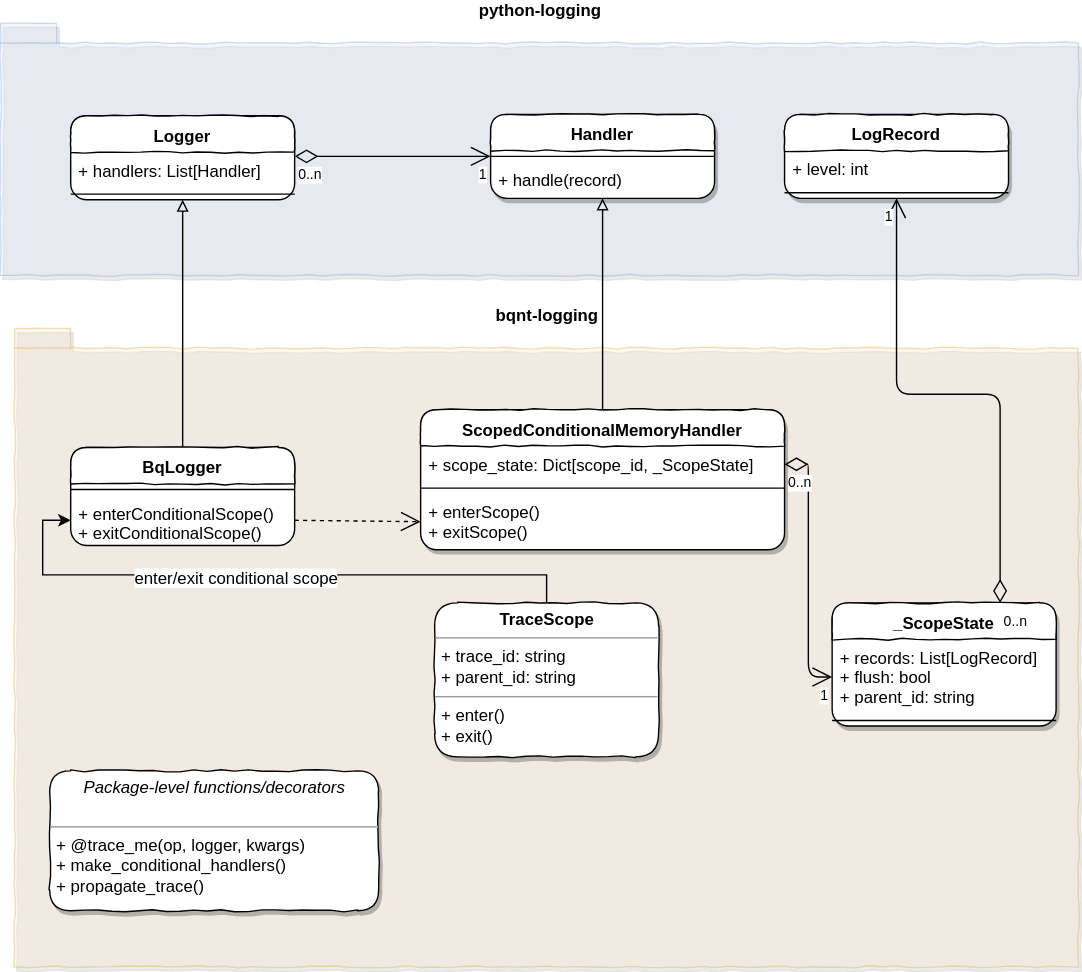
The draw.io diagram logging_classes.svg in shevelevs/misc, before a commit. Source tidied: cells renumbered, new cells last; positions are measured from the earlier drawing's top-left corner, leaving out a move shared by most shapes. Its diagram source:
```xml
<mxGraphModel background="#ffffff">
  <root>
    <mxCell id="0" />
    <mxCell id="1" parent="0" />
    <mxCell id="2" value="bqnt-logging" style="shape=folder;fontStyle=1;spacingTop=10;tabWidth=40;tabHeight=14;tabPosition=left;html=1;opacity=30;perimeterSpacing=1;shadow=1;comic=1;fillColor=#ffe6cc;strokeColor=#d79b00;labelPosition=center;verticalLabelPosition=top;align=center;verticalAlign=bottom;" parent="1" vertex="1">
      <mxGeometry x="10" y="218" width="760" height="456" as="geometry" />
    </mxCell>
    <mxCell id="3" value="python-logging" style="shape=folder;fontStyle=1;spacingTop=10;tabWidth=40;tabHeight=14;tabPosition=left;html=1;opacity=30;perimeterSpacing=1;shadow=1;comic=1;fillColor=#dae8fc;strokeColor=#6c8ebf;labelPosition=center;verticalLabelPosition=top;align=center;verticalAlign=bottom;" parent="1" vertex="1">
      <mxGeometry width="770" height="180" as="geometry" />
    </mxCell>
    <mxCell id="4" style="edgeStyle=orthogonalEdgeStyle;rounded=0;html=1;exitX=0.5;exitY=0;entryX=0.5;entryY=1;jettySize=auto;endArrow=block;endFill=0;" parent="1" edge="1" source="5" target="8">
      <mxGeometry relative="1" as="geometry" />
    </mxCell>
    <mxCell id="5" value="BqLogger" style="swimlane;fontStyle=1;align=center;verticalAlign=top;horizontal=1;startSize=26;swimlaneFillColor=#ffffff;comic=1;rounded=1;" parent="1" vertex="1">
      <mxGeometry x="50" y="303" width="160" height="70" as="geometry" />
    </mxCell>
    <mxCell id="6" style="line;strokeWidth=1;fillColor=none;align=left;verticalAlign=middle;spacingTop=-1;spacingLeft=3;spacingRight=3;labelPosition=right;" parent="5" vertex="1">
      <mxGeometry y="26" width="160" height="8" as="geometry" />
    </mxCell>
    <mxCell id="7" value="+ enterConditionalScope()&#10;+ exitConditionalScope()" style="text;strokeColor=none;fillColor=none;align=left;verticalAlign=top;spacingLeft=4;spacingRight=4;overflow=hidden;points=[[0,0.5],[1,0.5]];portConstraint=eastwest;" parent="5" vertex="1">
      <mxGeometry y="34" width="160" height="36" as="geometry" />
    </mxCell>
    <mxCell id="8" value="Logger" style="swimlane;fontStyle=1;align=center;verticalAlign=top;horizontal=1;startSize=26;swimlaneFillColor=#ffffff;comic=1;rounded=1;" parent="1" vertex="1">
      <mxGeometry x="50" y="66" width="160" height="60" as="geometry" />
    </mxCell>
    <mxCell id="9" value="+ handlers: List[Handler]" style="text;strokeColor=none;fillColor=none;align=left;verticalAlign=top;spacingLeft=4;spacingRight=4;overflow=hidden;points=[[0,0.5],[1,0.5]];portConstraint=eastwest;" parent="8" vertex="1">
      <mxGeometry y="26" width="160" height="26" as="geometry" />
    </mxCell>
    <mxCell id="10" style="line;strokeWidth=1;fillColor=none;align=left;verticalAlign=middle;spacingTop=-1;spacingLeft=3;spacingRight=3;labelPosition=right;" parent="8" vertex="1">
      <mxGeometry y="52" width="160" height="8" as="geometry" />
    </mxCell>
    <mxCell id="11" style="edgeStyle=orthogonalEdgeStyle;rounded=0;comic=0;html=1;exitX=0.5;exitY=0;endArrow=block;endFill=0;jettySize=auto;" parent="1" edge="1" source="12" target="16">
      <mxGeometry relative="1" as="geometry" />
    </mxCell>
    <mxCell id="12" value="ScopedConditionalMemoryHandler" style="swimlane;fontStyle=1;align=center;verticalAlign=top;horizontal=1;startSize=26;swimlaneFillColor=#ffffff;shadow=1;comic=1;swimlaneLine=1;glass=0;rounded=1;" parent="1" vertex="1">
      <mxGeometry x="300" y="276" width="260" height="100" as="geometry" />
    </mxCell>
    <mxCell id="13" value="+ scope_state: Dict[scope_id, _ScopeState]" style="text;strokeColor=none;fillColor=none;align=left;verticalAlign=top;spacingLeft=4;spacingRight=4;overflow=hidden;points=[[0,0.5],[1,0.5]];portConstraint=eastwest;" parent="12" vertex="1">
      <mxGeometry y="26" width="260" height="26" as="geometry" />
    </mxCell>
    <mxCell id="14" style="line;strokeWidth=1;fillColor=none;align=left;verticalAlign=middle;spacingTop=-1;spacingLeft=3;spacingRight=3;labelPosition=right;" parent="12" vertex="1">
      <mxGeometry y="52" width="260" height="8" as="geometry" />
    </mxCell>
    <mxCell id="15" value="+ enterScope()&#10;+ exitScope()" style="text;strokeColor=none;fillColor=none;align=left;verticalAlign=top;spacingLeft=4;spacingRight=4;overflow=hidden;points=[[0,0.5],[1,0.5]];portConstraint=eastwest;" parent="12" vertex="1">
      <mxGeometry y="60" width="260" height="40" as="geometry" />
    </mxCell>
    <mxCell id="16" value="Handler" style="swimlane;fontStyle=1;align=center;verticalAlign=top;horizontal=1;startSize=26;swimlaneFillColor=#ffffff;shadow=1;comic=1;rounded=1;" parent="1" vertex="1">
      <mxGeometry x="350" y="65" width="160" height="60" as="geometry" />
    </mxCell>
    <mxCell id="17" style="line;strokeWidth=1;fillColor=none;align=left;verticalAlign=middle;spacingTop=-1;spacingLeft=3;spacingRight=3;labelPosition=right;" parent="16" vertex="1">
      <mxGeometry y="26" width="160" height="8" as="geometry" />
    </mxCell>
    <mxCell id="18" value="+ handle(record)" style="text;strokeColor=none;fillColor=none;align=left;verticalAlign=top;spacingLeft=4;spacingRight=4;overflow=hidden;" parent="16" vertex="1">
      <mxGeometry y="34" width="160" height="26" as="geometry" />
    </mxCell>
    <mxCell id="19" style="endArrow=open;html=1;endSize=12;startArrow=diamondThin;startSize=14;startFill=0;edgeStyle=orthogonalEdgeStyle;entryX=0;entryY=0.5;comic=0;exitX=1;exitY=0.115;exitPerimeter=0;" parent="1" edge="1" source="9" target="16">
      <mxGeometry relative="1" as="geometry" />
    </mxCell>
    <mxCell id="20" value="0..n" style="html=1;align=left;verticalAlign=top;labelBackgroundColor=#ffffff;fontSize=10;" parent="19" vertex="1">
      <mxGeometry x="-1" relative="1" as="geometry" />
    </mxCell>
    <mxCell id="21" value="1" style="html=1;align=right;verticalAlign=top;labelBackgroundColor=#ffffff;fontSize=10;" parent="19" vertex="1">
      <mxGeometry x="1" relative="1" as="geometry" />
    </mxCell>
    <mxCell id="22" style="endArrow=open;endSize=12;dashed=1;html=1;entryX=0;entryY=0.5;exitX=1;exitY=0.5;" parent="1" edge="1" source="7" target="15">
      <mxGeometry relative="1" as="geometry" />
    </mxCell>
    <mxCell id="23" value="_ScopeState" style="swimlane;fontStyle=1;align=center;verticalAlign=top;horizontal=1;startSize=26;swimlaneFillColor=#ffffff;rounded=1;shadow=1;glass=0;comic=1;" parent="1" vertex="1">
      <mxGeometry x="594" y="414" width="160" height="88" as="geometry" />
    </mxCell>
    <mxCell id="24" value="+ records: List[LogRecord]&#10;+ flush: bool&#10;+ parent_id: string" style="text;strokeColor=none;fillColor=none;align=left;verticalAlign=top;spacingLeft=4;spacingRight=4;overflow=hidden;points=[[0,0.5],[1,0.5]];portConstraint=eastwest;" parent="23" vertex="1">
      <mxGeometry y="26" width="160" height="54" as="geometry" />
    </mxCell>
    <mxCell id="25" style="line;strokeWidth=1;fillColor=none;align=left;verticalAlign=middle;spacingTop=-1;spacingLeft=3;spacingRight=3;labelPosition=right;" parent="23" vertex="1">
      <mxGeometry y="80" width="160" height="8" as="geometry" />
    </mxCell>
    <mxCell id="26" style="endArrow=open;html=1;endSize=12;startArrow=diamondThin;startSize=14;startFill=0;edgeStyle=orthogonalEdgeStyle;entryX=0;entryY=0.5;comic=0;exitX=1;exitY=0.5;" parent="1" edge="1" source="13" target="24">
      <mxGeometry relative="1" as="geometry" />
    </mxCell>
    <mxCell id="27" value="0..n" style="html=1;align=left;verticalAlign=top;labelBackgroundColor=#ffffff;fontSize=10;" parent="26" vertex="1">
      <mxGeometry x="-1" relative="1" as="geometry" />
    </mxCell>
    <mxCell id="28" value="1" style="html=1;align=right;verticalAlign=top;labelBackgroundColor=#ffffff;fontSize=10;" parent="26" vertex="1">
      <mxGeometry x="1" relative="1" as="geometry" />
    </mxCell>
    <mxCell id="29" style="edgeStyle=orthogonalEdgeStyle;rounded=0;comic=0;html=1;exitX=0.5;exitY=0;entryX=0;entryY=0.5;endArrow=classic;endFill=1;jettySize=auto;" parent="1" edge="1" source="31" target="7">
      <mxGeometry relative="1" as="geometry" />
    </mxCell>
    <mxCell id="30" value="enter/exit conditional scope" style="text;html=1;align=center;verticalAlign=middle;labelBackgroundColor=#ffffff;" parent="29" vertex="1">
      <mxGeometry x="0.1" y="1" relative="1" as="geometry" />
    </mxCell>
    <mxCell id="31" value="&lt;p style=&quot;margin: 0px ; margin-top: 4px ; text-align: center&quot;&gt;&lt;b&gt;TraceScope&lt;/b&gt;&lt;/p&gt;&lt;hr size=&quot;1&quot;&gt;&lt;p style=&quot;margin: 0px ; margin-left: 4px&quot;&gt;+ trace_id: string&lt;br&gt;+ parent_id: string&lt;/p&gt;&lt;hr size=&quot;1&quot;&gt;&lt;p style=&quot;margin: 0px ; margin-left: 4px&quot;&gt;+ enter()&lt;br&gt;+ exit()&lt;/p&gt;" style="verticalAlign=top;align=left;overflow=fill;fontSize=12;fontFamily=Helvetica;html=1;rounded=1;shadow=1;glass=0;comic=1;" parent="1" vertex="1">
      <mxGeometry x="310" y="414" width="160" height="110" as="geometry" />
    </mxCell>
    <mxCell id="32" value="LogRecord" style="swimlane;fontStyle=1;align=center;verticalAlign=top;horizontal=1;startSize=26;swimlaneFillColor=#ffffff;rounded=1;shadow=1;glass=0;comic=1;" parent="1" vertex="1">
      <mxGeometry x="560" y="65" width="160" height="60" as="geometry" />
    </mxCell>
    <mxCell id="33" value="+ level: int" style="text;strokeColor=none;fillColor=none;align=left;verticalAlign=top;spacingLeft=4;spacingRight=4;overflow=hidden;" parent="32" vertex="1">
      <mxGeometry y="26" width="160" height="26" as="geometry" />
    </mxCell>
    <mxCell id="34" style="line;strokeWidth=1;fillColor=none;align=left;verticalAlign=middle;spacingTop=-1;spacingLeft=3;spacingRight=3;labelPosition=right;" parent="32" vertex="1">
      <mxGeometry y="52" width="160" height="8" as="geometry" />
    </mxCell>
    <mxCell id="35" style="endArrow=open;html=1;endSize=12;startArrow=diamondThin;startSize=14;startFill=0;edgeStyle=orthogonalEdgeStyle;entryX=0.5;entryY=1;comic=0;exitX=0.75;exitY=0;" parent="1" edge="1" source="23" target="32">
      <mxGeometry relative="1" as="geometry">
        <Array as="points">
          <mxPoint x="714" y="265" />
          <mxPoint x="640" y="265" />
        </Array>
      </mxGeometry>
    </mxCell>
    <mxCell id="36" value="0..n" style="html=1;align=left;verticalAlign=top;labelBackgroundColor=#ffffff;fontSize=10;" parent="35" vertex="1">
      <mxGeometry x="-1" relative="1" as="geometry" />
    </mxCell>
    <mxCell id="37" value="1" style="html=1;align=right;verticalAlign=top;labelBackgroundColor=#ffffff;fontSize=10;" parent="35" vertex="1">
      <mxGeometry x="1" relative="1" as="geometry" />
    </mxCell>
    <mxCell id="38" value="&lt;p style=&quot;margin: 0px ; margin-top: 4px ; text-align: center&quot;&gt;&lt;i&gt;Package-level functions/decorators&lt;/i&gt;&lt;/p&gt;&lt;br&gt;&lt;hr size=&quot;1&quot;&gt;&lt;p style=&quot;margin: 0px ; margin-left: 4px&quot;&gt;+ @trace_me(op, logger, kwargs)&lt;/p&gt;&lt;p style=&quot;margin: 0px ; margin-left: 4px&quot;&gt;+ make_conditional_handlers()&lt;br&gt;+ propagate_trace()&lt;/p&gt;" style="verticalAlign=top;align=left;overflow=fill;fontSize=12;fontFamily=Helvetica;html=1;rounded=1;shadow=1;glass=0;comic=1;" parent="1" vertex="1">
      <mxGeometry x="35" y="534" width="235" height="100" as="geometry" />
    </mxCell>
  </root>
</mxGraphModel>
```
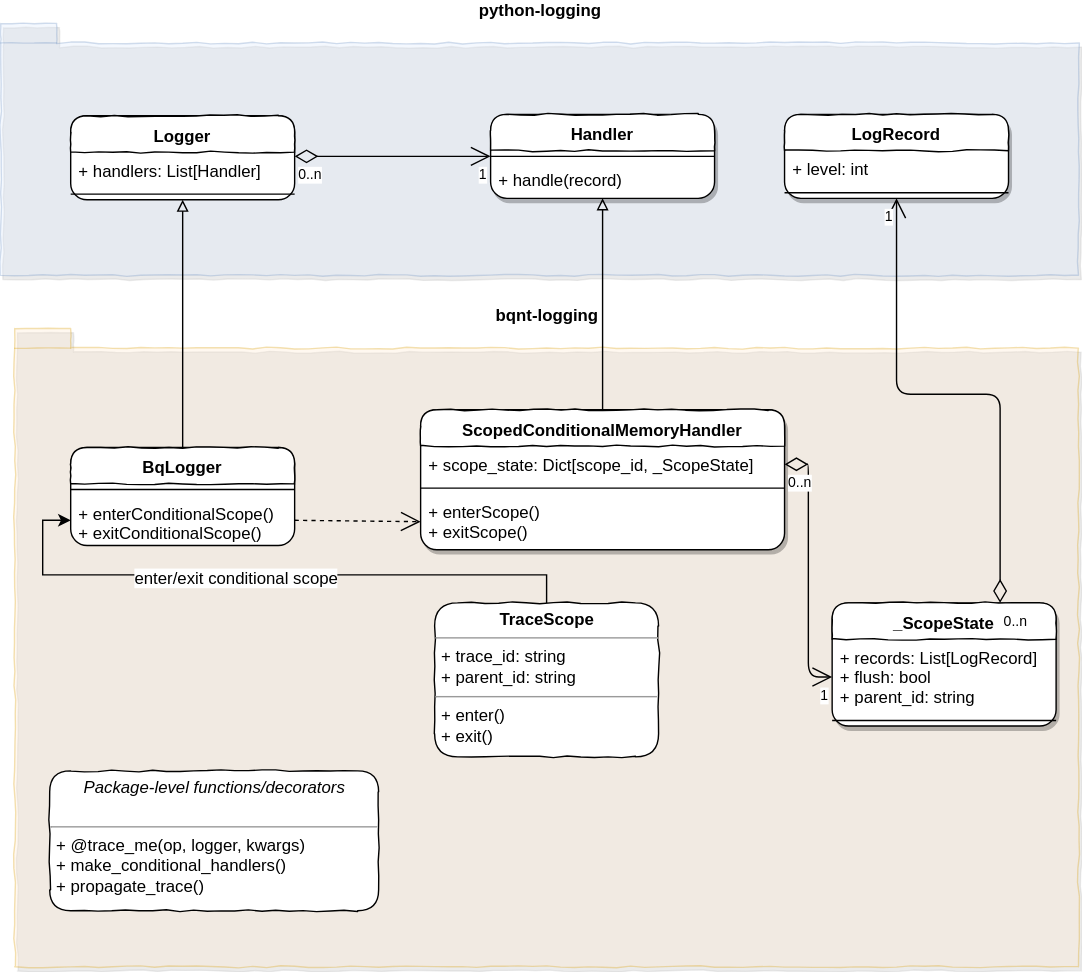
The same diagram one commit later.

What changed in the source:
```diff
@@ -89,7 +89,7 @@
     <mxCell id="30" value="enter/exit conditional scope" style="text;html=1;align=center;verticalAlign=middle;labelBackgroundColor=#ffffff;" parent="29" vertex="1">
       <mxGeometry x="0.1" y="1" relative="1" as="geometry" />
     </mxCell>
-    <mxCell id="31" value="&lt;p style=&quot;margin: 0px ; margin-top: 4px ; text-align: center&quot;&gt;&lt;b&gt;TraceScope&lt;/b&gt;&lt;/p&gt;&lt;hr size=&quot;1&quot;&gt;&lt;p style=&quot;margin: 0px ; margin-left: 4px&quot;&gt;+ trace_id: string&lt;br&gt;+ parent_id: string&lt;/p&gt;&lt;hr size=&quot;1&quot;&gt;&lt;p style=&quot;margin: 0px ; margin-left: 4px&quot;&gt;+ enter()&lt;br&gt;+ exit()&lt;/p&gt;" style="verticalAlign=top;align=left;overflow=fill;fontSize=12;fontFamily=Helvetica;html=1;rounded=1;shadow=1;glass=0;comic=1;" parent="1" vertex="1">
+    <mxCell id="31" value="&lt;p style=&quot;margin: 0px ; margin-top: 4px ; text-align: center&quot;&gt;&lt;b&gt;TraceScope&lt;/b&gt;&lt;/p&gt;&lt;hr size=&quot;1&quot;&gt;&lt;p style=&quot;margin: 0px ; margin-left: 4px&quot;&gt;+ trace_id: string&lt;br&gt;+ parent_id: string&lt;/p&gt;&lt;hr size=&quot;1&quot;&gt;&lt;p style=&quot;margin: 0px ; margin-left: 4px&quot;&gt;+ enter()&lt;br&gt;+ exit()&lt;/p&gt;" style="verticalAlign=top;align=left;overflow=fill;fontSize=12;fontFamily=Helvetica;html=1;rounded=1;shadow=0;glass=0;comic=1;" parent="1" vertex="1">
       <mxGeometry x="310" y="414" width="160" height="110" as="geometry" />
     </mxCell>
     <mxCell id="32" value="LogRecord" style="swimlane;fontStyle=1;align=center;verticalAlign=top;horizontal=1;startSize=26;swimlaneFillColor=#ffffff;rounded=1;shadow=1;glass=0;comic=1;" parent="1" vertex="1">
@@ -115,7 +115,7 @@
     <mxCell id="37" value="1" style="html=1;align=right;verticalAlign=top;labelBackgroundColor=#ffffff;fontSize=10;" parent="35" vertex="1">
       <mxGeometry x="1" relative="1" as="geometry" />
     </mxCell>
-    <mxCell id="38" value="&lt;p style=&quot;margin: 0px ; margin-top: 4px ; text-align: center&quot;&gt;&lt;i&gt;Package-level functions/decorators&lt;/i&gt;&lt;/p&gt;&lt;br&gt;&lt;hr size=&quot;1&quot;&gt;&lt;p style=&quot;margin: 0px ; margin-left: 4px&quot;&gt;+ @trace_me(op, logger, kwargs)&lt;/p&gt;&lt;p style=&quot;margin: 0px ; margin-left: 4px&quot;&gt;+ make_conditional_handlers()&lt;br&gt;+ propagate_trace()&lt;/p&gt;" style="verticalAlign=top;align=left;overflow=fill;fontSize=12;fontFamily=Helvetica;html=1;rounded=1;shadow=1;glass=0;comic=1;" parent="1" vertex="1">
+    <mxCell id="38" value="&lt;p style=&quot;margin: 0px ; margin-top: 4px ; text-align: center&quot;&gt;&lt;i&gt;Package-level functions/decorators&lt;/i&gt;&lt;/p&gt;&lt;br&gt;&lt;hr size=&quot;1&quot;&gt;&lt;p style=&quot;margin: 0px ; margin-left: 4px&quot;&gt;+ @trace_me(op, logger, kwargs)&lt;/p&gt;&lt;p style=&quot;margin: 0px ; margin-left: 4px&quot;&gt;+ make_conditional_handlers()&lt;br&gt;+ propagate_trace()&lt;/p&gt;" style="verticalAlign=top;align=left;overflow=fill;fontSize=12;fontFamily=Helvetica;html=1;rounded=1;shadow=0;glass=0;comic=1;" parent="1" vertex="1">
       <mxGeometry x="35" y="534" width="235" height="100" as="geometry" />
     </mxCell>
   </root>
```
